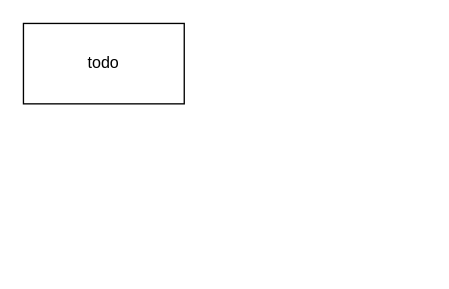
Above: Drawings/PandL/P&L.drawio in flare891/rmslow (draw.io), before the change. Source tidied: cells renumbered, new cells numbered last; positions are measured from the earlier drawing's top-left corner, leaving out a move shared by most shapes. Both pictures are drawn from the tidied source at 134%, with x=0, y=0 at pixel (23, 23).
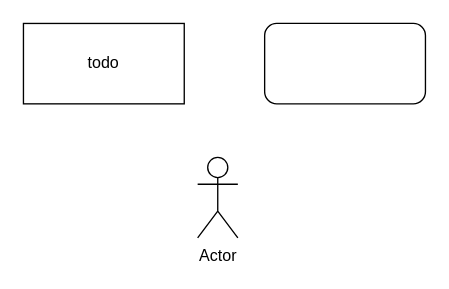
The same page after the edit.

Diff of the diagram source:
```diff
@@
 <mxGraphModel>
   <root>
     <mxCell id="0" />
     <mxCell id="1" parent="0" />
     <mxCell id="2" value="todo" style="rounded=0;whiteSpace=wrap;html=1;" parent="1" vertex="1">
       <mxGeometry width="120" height="60" as="geometry" />
     </mxCell>
+    <mxCell id="3" style="rounded=1;whiteSpace=wrap;html=1;" parent="1" vertex="1">
+      <mxGeometry x="180" width="120" height="60" as="geometry" />
+    </mxCell>
+    <mxCell id="4" value="Actor" style="shape=umlActor;verticalLabelPosition=bottom;verticalAlign=top;html=1;" parent="1" vertex="1">
+      <mxGeometry x="130" y="100" width="30" height="60" as="geometry" />
+    </mxCell>
   </root>
 </mxGraphModel>
```
